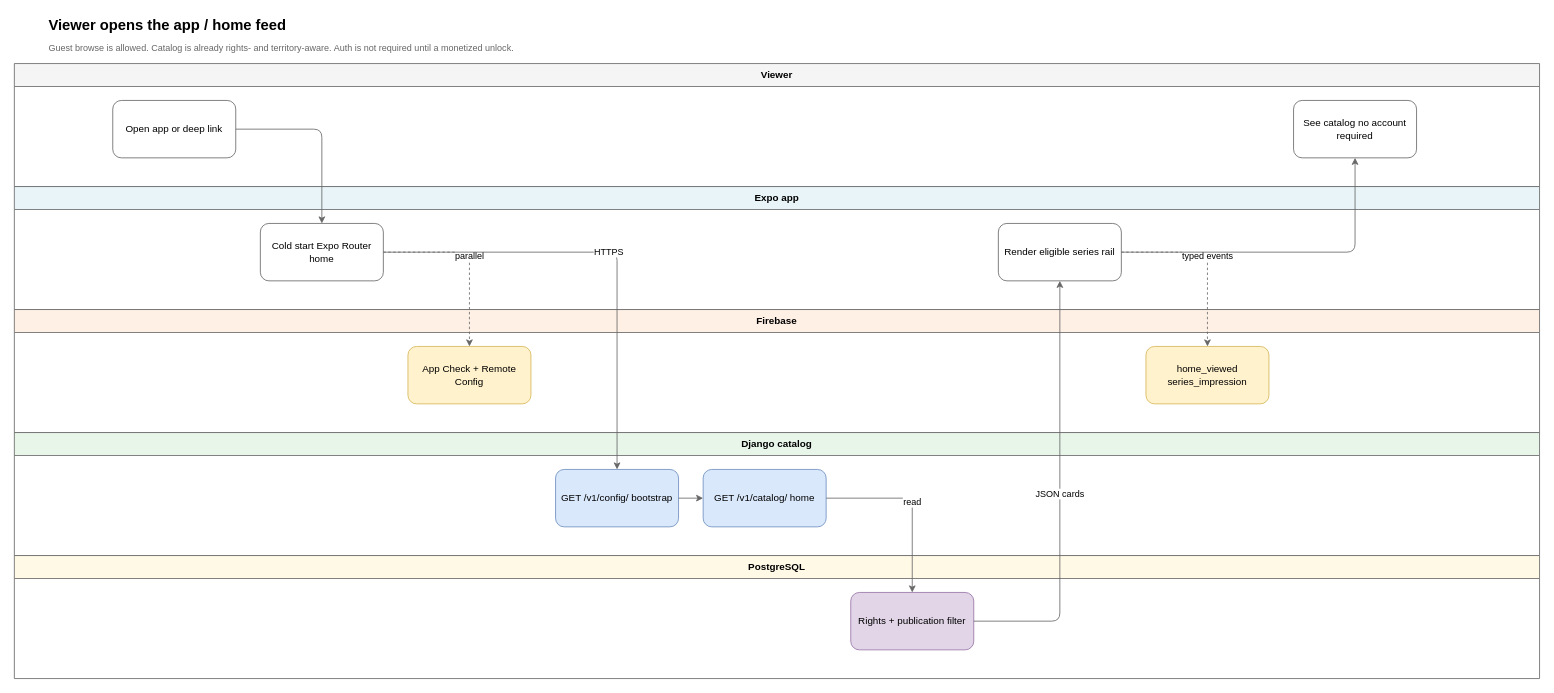
Above: page "3. Homepage load" (3 of 10) of docs/architecture/shortform-streaming.drawio in pedroharaujo/shortform-streaming (draw.io), before the change. Source tidied: cells renumbered, new cells numbered last; positions are measured from the earlier drawing's top-left corner, leaving out a move shared by most shapes. Both pictures are drawn from the tidied source at 82%, with x=0, y=0 at pixel (14, 14).
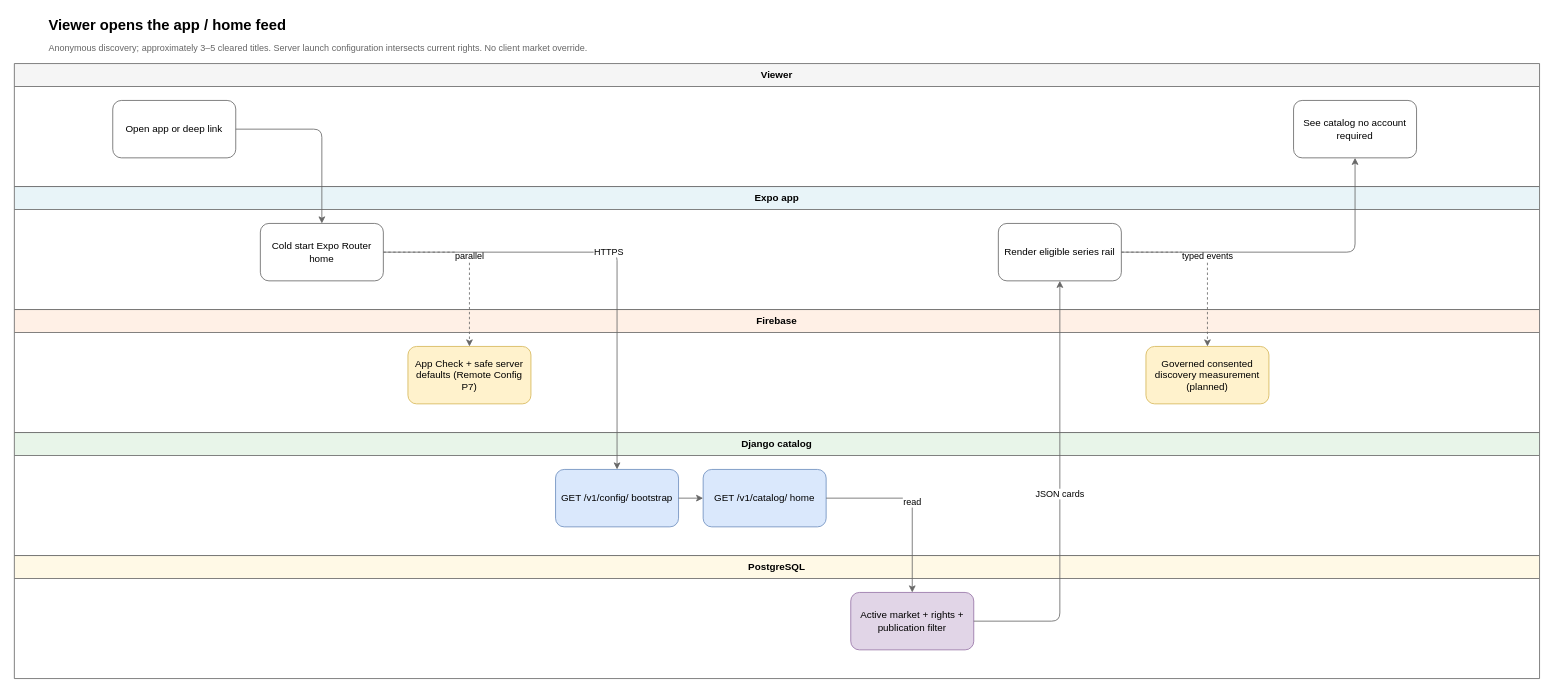
Above is the later version.

Unchanged cells that the change refers to:
```xml
<mxCell id="6" value="Firebase" style="swimlane;startSize=28;html=1;whiteSpace=wrap;fillColor=#fff0e6;strokeColor=#666666;fontStyle=1;" parent="1" vertex="1">
  <mxGeometry y="360" width="1860" height="150" as="geometry" />
</mxCell>
<mxCell id="8" value="PostgreSQL" style="swimlane;startSize=28;html=1;whiteSpace=wrap;fillColor=#fff9e6;strokeColor=#666666;fontStyle=1;" parent="1" vertex="1">
  <mxGeometry y="660" width="1860" height="150" as="geometry" />
</mxCell>
```

What changed in the source:
```diff
@@
-    <mxCell id="3" value="Guest browse is allowed. Catalog is already rights- and territory-aware. Auth is not required until a monetized unlock." style="text;html=1;strokeColor=none;fillColor=none;align=left;fontSize=11;fontColor=#666666;" parent="1" vertex="1">
+    <mxCell id="3" value="Anonymous discovery; approximately 3–5 cleared titles. Server launch configuration intersects current rights. No client market override." style="text;html=1;strokeColor=none;fillColor=none;align=left;fontSize=11;fontColor=#666666;" parent="1" vertex="1">
       <mxGeometry x="40" y="28" width="1500" height="24" as="geometry" />
     </mxCell>
@@
-    <mxCell id="11" value="App Check + Remote Config" style="rounded=1;whiteSpace=wrap;html=1;align=center;verticalAlign=middle;fillColor=#fff2cc;strokeColor=#d6b656;" parent="6" vertex="1">
+    <mxCell id="11" value="App Check + safe server defaults (Remote Config P7)" style="rounded=1;whiteSpace=wrap;html=1;align=center;verticalAlign=middle;fillColor=#fff2cc;strokeColor=#d6b656;" parent="6" vertex="1">
       <mxGeometry x="480" y="45" width="150" height="70" as="geometry" />
     </mxCell>
@@
-    <mxCell id="14" value="Rights + publication filter" style="rounded=1;whiteSpace=wrap;html=1;align=center;verticalAlign=middle;fillColor=#e1d5e7;strokeColor=#9673a6;" parent="8" vertex="1">
+    <mxCell id="14" value="Active market + rights + publication filter" style="rounded=1;whiteSpace=wrap;html=1;align=center;verticalAlign=middle;fillColor=#e1d5e7;strokeColor=#9673a6;" parent="8" vertex="1">
       <mxGeometry x="1020" y="45" width="150" height="70" as="geometry" />
     </mxCell>
@@
-    <mxCell id="16" value="home_viewed series_impression" style="rounded=1;whiteSpace=wrap;html=1;align=center;verticalAlign=middle;fillColor=#fff2cc;strokeColor=#d6b656;" parent="6" vertex="1">
+    <mxCell id="16" value="Governed consented discovery measurement (planned)" style="rounded=1;whiteSpace=wrap;html=1;align=center;verticalAlign=middle;fillColor=#fff2cc;strokeColor=#d6b656;" parent="6" vertex="1">
       <mxGeometry x="1380" y="45" width="150" height="70" as="geometry" />
     </mxCell>
```
